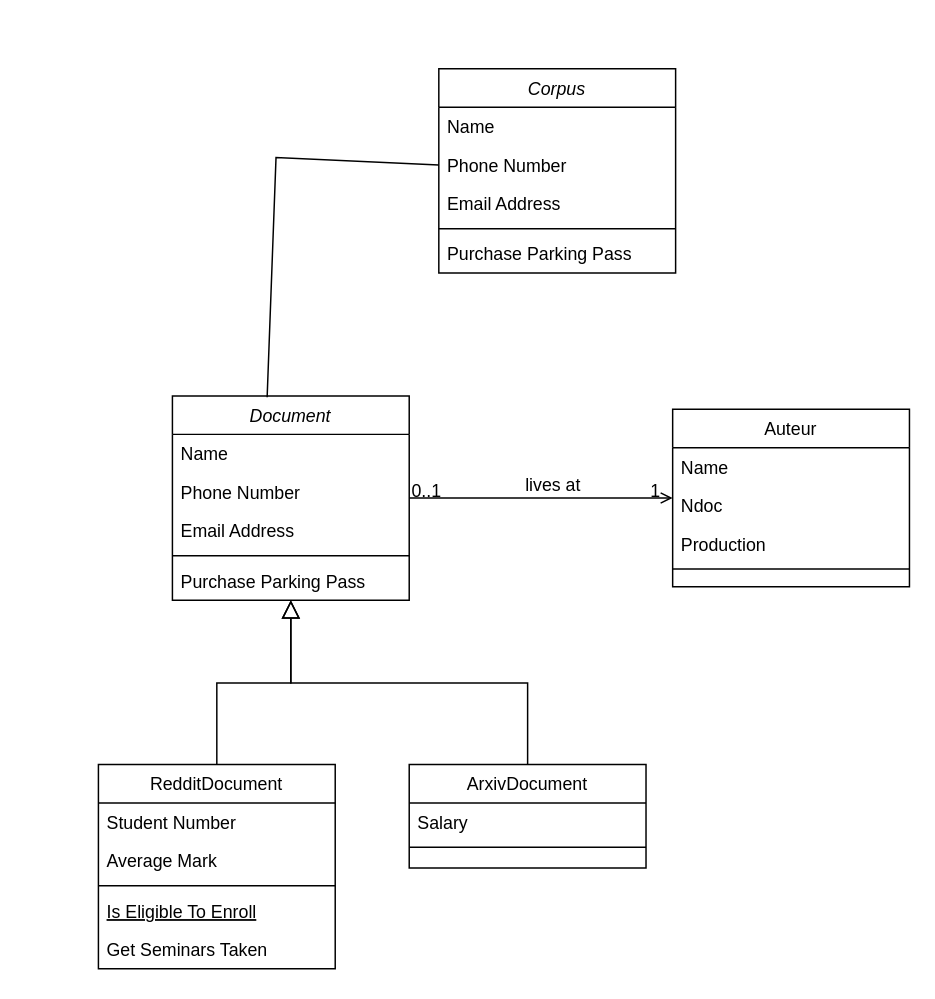
Before: Diagramme sans nom.drawio in Adjaro/Projet_Poo, a draw.io diagram. Source tidied: cells renumbered, new cells numbered last; positions are measured from the earlier drawing's top-left corner, leaving out a move shared by most shapes. Both pictures are drawn from the tidied source at 148%, with x=0, y=0 at pixel (98, 68).
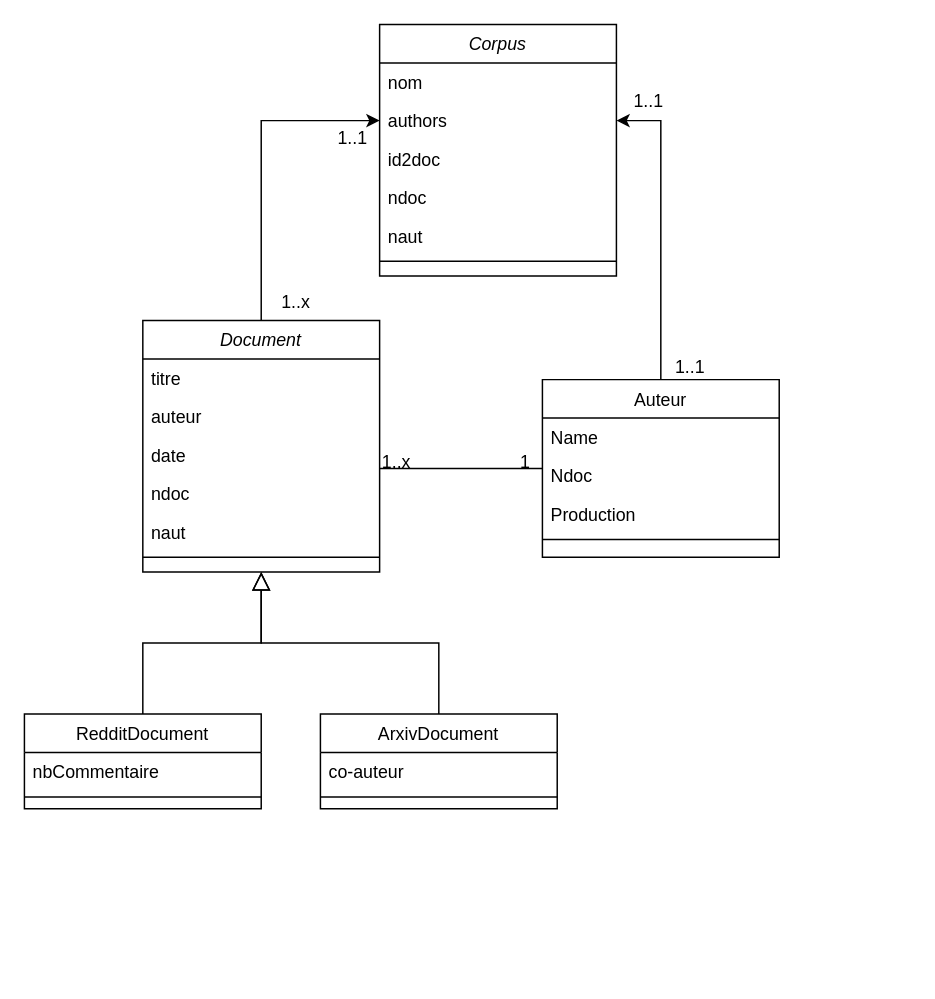
After the change.

Commit message:
Mettre à jour Diagramme sans nom.drawio

Change to the diagram source:
```diff
@@
+    <mxCell id="34" style="edgeStyle=orthogonalEdgeStyle;rounded=0;jettySize=auto;html=1;entryX=0;entryY=0.5;entryDx=0;entryDy=0;" parent="1" edge="1" source="2" target="30">
+      <mxGeometry relative="1" as="geometry" />
+    </mxCell>
     <mxCell id="2" value="Document" style="swimlane;fontStyle=2;align=center;verticalAlign=top;horizontal=1;startSize=26;rounded=0;shadow=0;strokeWidth=1;" parent="1" vertex="1">
-      <mxGeometry x="50" y="221" width="160" height="138" as="geometry" />
+      <mxGeometry x="30" y="170" width="160" height="170" as="geometry" />
     </mxCell>
-    <mxCell id="3" value="Name" style="text;align=left;verticalAlign=top;spacingLeft=4;spacingRight=4;overflow=hidden;" parent="2" vertex="1">
+    <mxCell id="3" value="titre" style="text;align=left;verticalAlign=top;spacingLeft=4;spacingRight=4;overflow=hidden;" parent="2" vertex="1">
       <mxGeometry y="26" width="160" height="26" as="geometry" />
     </mxCell>
-    <mxCell id="4" value="Phone Number" style="text;align=left;verticalAlign=top;spacingLeft=4;spacingRight=4;overflow=hidden;rounded=0;shadow=0;html=0;" parent="2" vertex="1">
+    <mxCell id="4" value="auteur" style="text;align=left;verticalAlign=top;spacingLeft=4;spacingRight=4;overflow=hidden;rounded=0;shadow=0;html=0;" parent="2" vertex="1">
       <mxGeometry y="52" width="160" height="26" as="geometry" />
     </mxCell>
-    <mxCell id="5" value="Email Address" style="text;align=left;verticalAlign=top;spacingLeft=4;spacingRight=4;overflow=hidden;rounded=0;shadow=0;html=0;" parent="2" vertex="1">
+    <mxCell id="5" value="date" style="text;align=left;verticalAlign=top;spacingLeft=4;spacingRight=4;overflow=hidden;rounded=0;shadow=0;html=0;" parent="2" vertex="1">
       <mxGeometry y="78" width="160" height="26" as="geometry" />
     </mxCell>
-    <mxCell id="6" style="line;html=1;strokeWidth=1;align=left;verticalAlign=middle;spacingTop=-1;spacingLeft=3;spacingRight=3;labelPosition=right;" parent="2" vertex="1">
-      <mxGeometry y="104" width="160" height="8" as="geometry" />
-    </mxCell>
-    <mxCell id="7" value="Purchase Parking Pass" style="text;align=left;verticalAlign=top;spacingLeft=4;spacingRight=4;overflow=hidden;" parent="2" vertex="1">
-      <mxGeometry y="112" width="160" height="26" as="geometry" />
-    </mxCell>
+    <mxCell id="35" value="ndoc" style="text;align=left;verticalAlign=top;spacingLeft=4;spacingRight=4;overflow=hidden;rounded=0;shadow=0;html=0;" parent="2" vertex="1">
+      <mxGeometry y="104" width="160" height="26" as="geometry" />
+    </mxCell>
+    <mxCell id="36" value="naut" style="text;align=left;verticalAlign=top;spacingLeft=4;spacingRight=4;overflow=hidden;rounded=0;shadow=0;html=0;" parent="2" vertex="1">
+      <mxGeometry y="130" width="160" height="26" as="geometry" />
+    </mxCell>
+    <mxCell id="37" style="line;html=1;strokeWidth=1;align=left;verticalAlign=middle;spacingTop=-1;spacingLeft=3;spacingRight=3;labelPosition=right;" parent="2" vertex="1">
+      <mxGeometry y="156" width="160" height="8" as="geometry" />
+    </mxCell>
     <mxCell id="8" value="RedditDocument" style="swimlane;fontStyle=0;align=center;verticalAlign=top;horizontal=1;startSize=26;rounded=0;shadow=0;strokeWidth=1;" parent="1" vertex="1">
-      <mxGeometry y="470" width="160" height="138" as="geometry" />
+      <mxGeometry x="-50" y="436" width="160" height="64" as="geometry" />
     </mxCell>
-    <mxCell id="9" value="Student Number" style="text;align=left;verticalAlign=top;spacingLeft=4;spacingRight=4;overflow=hidden;" parent="8" vertex="1">
+    <mxCell id="9" value="nbCommentaire" style="text;align=left;verticalAlign=top;spacingLeft=4;spacingRight=4;overflow=hidden;" parent="8" vertex="1">
       <mxGeometry y="26" width="160" height="26" as="geometry" />
     </mxCell>
-    <mxCell id="10" value="Average Mark" style="text;align=left;verticalAlign=top;spacingLeft=4;spacingRight=4;overflow=hidden;rounded=0;shadow=0;html=0;" parent="8" vertex="1">
-      <mxGeometry y="52" width="160" height="26" as="geometry" />
-    </mxCell>
     <mxCell id="11" style="line;html=1;strokeWidth=1;align=left;verticalAlign=middle;spacingTop=-1;spacingLeft=3;spacingRight=3;labelPosition=right;" parent="8" vertex="1">
-      <mxGeometry y="78" width="160" height="8" as="geometry" />
+      <mxGeometry y="52" width="160" height="8" as="geometry" />
     </mxCell>
-    <mxCell id="12" value="Is Eligible To Enroll" style="text;align=left;verticalAlign=top;spacingLeft=4;spacingRight=4;overflow=hidden;fontStyle=4;" parent="8" vertex="1">
-      <mxGeometry y="86" width="160" height="26" as="geometry" />
-    </mxCell>
-    <mxCell id="13" value="Get Seminars Taken" style="text;align=left;verticalAlign=top;spacingLeft=4;spacingRight=4;overflow=hidden;" parent="8" vertex="1">
-      <mxGeometry y="112" width="160" height="26" as="geometry" />
-    </mxCell>
@@
     <mxCell id="15" value="ArxivDocument" style="swimlane;fontStyle=0;align=center;verticalAlign=top;horizontal=1;startSize=26;rounded=0;shadow=0;strokeWidth=1;" parent="1" vertex="1">
-      <mxGeometry x="210" y="470" width="160" height="70" as="geometry" />
+      <mxGeometry x="150" y="436" width="160" height="64" as="geometry" />
     </mxCell>
-    <mxCell id="16" value="Salary" style="text;align=left;verticalAlign=top;spacingLeft=4;spacingRight=4;overflow=hidden;" parent="15" vertex="1">
+    <mxCell id="16" value="co-auteur" style="text;align=left;verticalAlign=top;spacingLeft=4;spacingRight=4;overflow=hidden;" parent="15" vertex="1">
       <mxGeometry y="26" width="160" height="26" as="geometry" />
     </mxCell>
@@
+    <mxCell id="38" style="edgeStyle=orthogonalEdgeStyle;rounded=0;jettySize=auto;html=1;exitX=0.5;exitY=0;exitDx=0;exitDy=0;entryX=1;entryY=0.5;entryDx=0;entryDy=0;" parent="1" edge="1" source="19" target="30">
+      <mxGeometry relative="1" as="geometry" />
+    </mxCell>
     <mxCell id="19" value="Auteur" style="swimlane;fontStyle=0;align=center;verticalAlign=top;horizontal=1;startSize=26;rounded=0;shadow=0;strokeWidth=1;" parent="1" vertex="1">
-      <mxGeometry x="388" y="230" width="160" height="120" as="geometry" />
+      <mxGeometry x="300" y="210" width="160" height="120" as="geometry" />
     </mxCell>
@@
-    <mxCell id="24" style="endArrow=open;shadow=0;strokeWidth=1;rounded=0;endFill=1;edgeStyle=elbowEdgeStyle;elbow=vertical;" parent="1" edge="1" source="2" target="19">
+    <mxCell id="24" style="endArrow=none;shadow=0;strokeWidth=1;rounded=0;endFill=0;edgeStyle=elbowEdgeStyle;elbow=vertical;" parent="1" edge="1" source="2" target="19">
       <mxGeometry x="0.5" y="41" relative="1" as="geometry">
         <mxPoint x="-40" y="32" as="offset" />
       </mxGeometry>
     </mxCell>
-    <mxCell id="25" value="0..1" style="align=left;verticalAlign=bottom;labelBackgroundColor=none;fontSize=12;" parent="24" vertex="1">
+    <mxCell id="25" value="1..x" style="align=left;verticalAlign=bottom;labelBackgroundColor=none;fontSize=12;" parent="24" vertex="1">
       <mxGeometry x="-1" relative="1" as="geometry">
         <mxPoint y="4" as="offset" />
       </mxGeometry>
     </mxCell>
@@
-    <mxCell id="27" value="lives at" style="text;html=1;align=center;verticalAlign=middle;labelBackgroundColor=none;rounded=0;shadow=0;strokeWidth=1;fontSize=12;" parent="24" vertex="1">
-      <mxGeometry x="0.5" y="49" relative="1" as="geometry">
-        <mxPoint x="-38" y="40" as="offset" />
-      </mxGeometry>
-    </mxCell>
     <mxCell id="28" value="Corpus" style="swimlane;fontStyle=2;align=center;verticalAlign=top;horizontal=1;startSize=26;rounded=0;shadow=0;strokeWidth=1;" parent="1" vertex="1">
-      <mxGeometry x="230" width="160" height="138" as="geometry" />
+      <mxGeometry x="190" y="-30" width="160" height="170" as="geometry" />
     </mxCell>
-    <mxCell id="29" value="Name" style="text;align=left;verticalAlign=top;spacingLeft=4;spacingRight=4;overflow=hidden;" parent="28" vertex="1">
+    <mxCell id="29" value="nom" style="text;align=left;verticalAlign=top;spacingLeft=4;spacingRight=4;overflow=hidden;" parent="28" vertex="1">
       <mxGeometry y="26" width="160" height="26" as="geometry" />
     </mxCell>
-    <mxCell id="30" value="Phone Number" style="text;align=left;verticalAlign=top;spacingLeft=4;spacingRight=4;overflow=hidden;points=[[0,0.5],[1,0.5]];portConstraint=eastwest;rounded=0;shadow=0;html=0;" parent="28" vertex="1">
+    <mxCell id="30" value="authors" style="text;align=left;verticalAlign=top;spacingLeft=4;spacingRight=4;overflow=hidden;points=[[0,0.5],[1,0.5]];portConstraint=eastwest;rounded=0;shadow=0;html=0;" parent="28" vertex="1">
       <mxGeometry y="52" width="160" height="26" as="geometry" />
     </mxCell>
-    <mxCell id="31" value="Email Address" style="text;align=left;verticalAlign=top;spacingLeft=4;spacingRight=4;overflow=hidden;rounded=0;shadow=0;html=0;" parent="28" vertex="1">
+    <mxCell id="31" value="id2doc" style="text;align=left;verticalAlign=top;spacingLeft=4;spacingRight=4;overflow=hidden;rounded=0;shadow=0;html=0;" parent="28" vertex="1">
       <mxGeometry y="78" width="160" height="26" as="geometry" />
     </mxCell>
-    <mxCell id="32" style="line;html=1;strokeWidth=1;align=left;verticalAlign=middle;spacingTop=-1;spacingLeft=3;spacingRight=3;labelPosition=right;" parent="28" vertex="1">
-      <mxGeometry y="104" width="160" height="8" as="geometry" />
-    </mxCell>
-    <mxCell id="33" value="Purchase Parking Pass" style="text;align=left;verticalAlign=top;spacingLeft=4;spacingRight=4;overflow=hidden;" parent="28" vertex="1">
-      <mxGeometry y="112" width="160" height="26" as="geometry" />
-    </mxCell>
-    <mxCell id="34" style="endArrow=none;html=1;rounded=0;exitX=0.4;exitY=0.007;exitDx=0;exitDy=0;exitPerimeter=0;entryX=0;entryY=0.5;entryDx=0;entryDy=0;" parent="1" edge="1" source="2" target="30">
-      <mxGeometry relative="1" as="geometry">
-        <Array as="points">
-          <mxPoint x="120" y="60" />
-        </Array>
-      </mxGeometry>
-    </mxCell>
+    <mxCell id="39" value="ndoc" style="text;align=left;verticalAlign=top;spacingLeft=4;spacingRight=4;overflow=hidden;rounded=0;shadow=0;html=0;" parent="28" vertex="1">
+      <mxGeometry y="104" width="160" height="26" as="geometry" />
+    </mxCell>
+    <mxCell id="40" value="naut" style="text;align=left;verticalAlign=top;spacingLeft=4;spacingRight=4;overflow=hidden;rounded=0;shadow=0;html=0;" parent="28" vertex="1">
+      <mxGeometry y="130" width="160" height="26" as="geometry" />
+    </mxCell>
+    <mxCell id="41" style="line;html=1;strokeWidth=1;align=left;verticalAlign=middle;spacingTop=-1;spacingLeft=3;spacingRight=3;labelPosition=right;" parent="28" vertex="1">
+      <mxGeometry y="156" width="160" height="8" as="geometry" />
+    </mxCell>
+    <mxCell id="42" value="1..x" style="align=left;verticalAlign=bottom;labelBackgroundColor=none;fontSize=12;" parent="1" vertex="1">
+      <mxGeometry x="200" y="294" as="geometry">
+        <mxPoint x="-78" y="-128" as="offset" />
+      </mxGeometry>
+    </mxCell>
+    <mxCell id="43" value="1..1" style="align=left;verticalAlign=bottom;labelBackgroundColor=none;fontSize=12;" parent="1" vertex="1">
+      <mxGeometry x="160" y="55" as="geometry" />
+    </mxCell>
+    <mxCell id="44" value="1..1" style="align=left;verticalAlign=bottom;labelBackgroundColor=none;fontSize=12;" parent="1" vertex="1">
+      <mxGeometry x="360" y="30" as="geometry" />
+    </mxCell>
+    <mxCell id="45" value="1..1" style="align=left;verticalAlign=bottom;labelBackgroundColor=none;fontSize=12;" parent="1" vertex="1">
+      <mxGeometry x="388" y="210" as="geometry" />
+    </mxCell>
```
